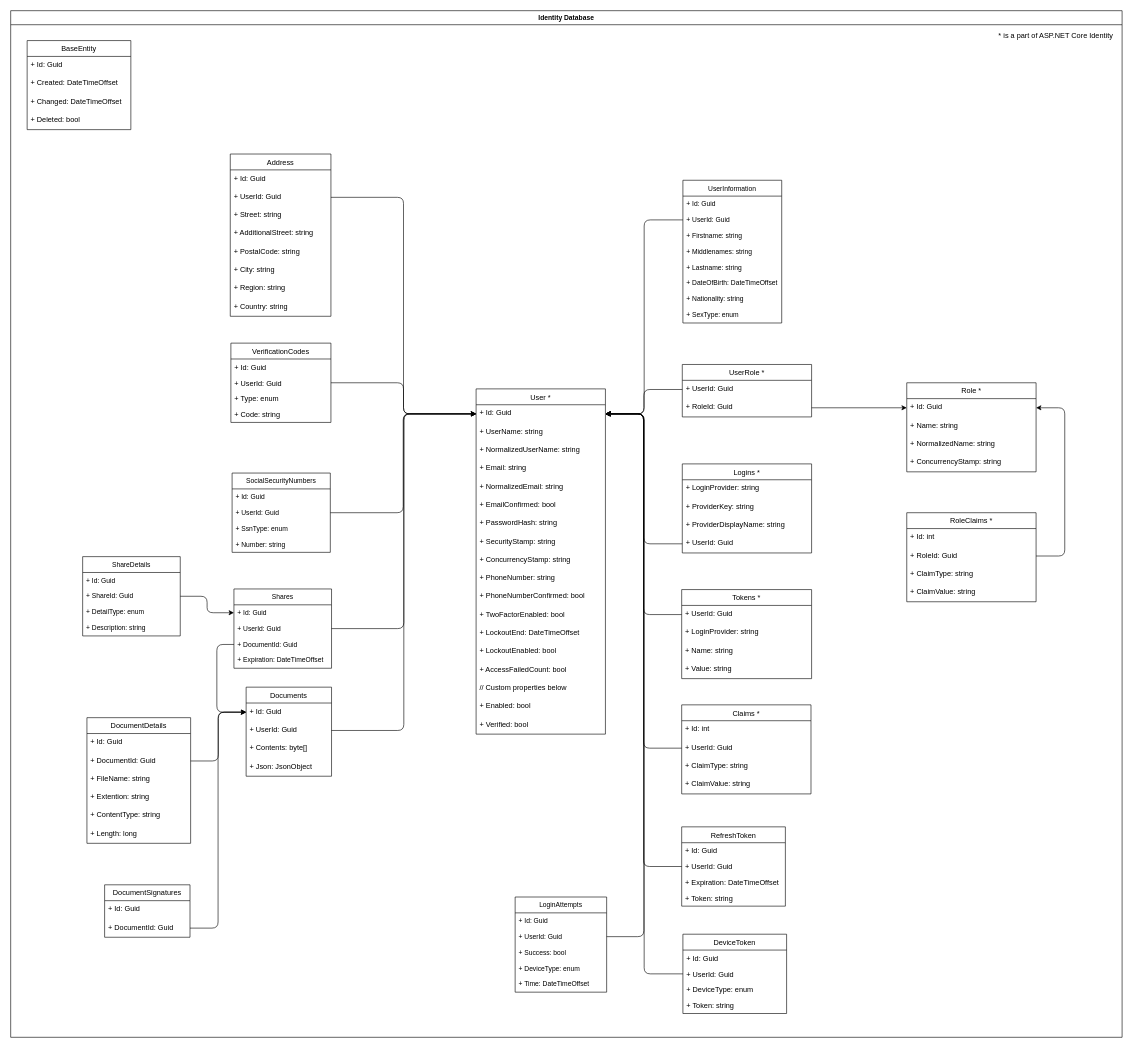
Before: page "Identity Database" (2 of 2) of FileShare.drawio in ToxicK1dd/FileShare, a draw.io diagram. Source tidied: cells renumbered, new cells numbered last; positions are measured from the earlier drawing's top-left corner, leaving out a move shared by most shapes. Both pictures are drawn from the tidied source at 61%, with x=0, y=0 at pixel (10, 10).
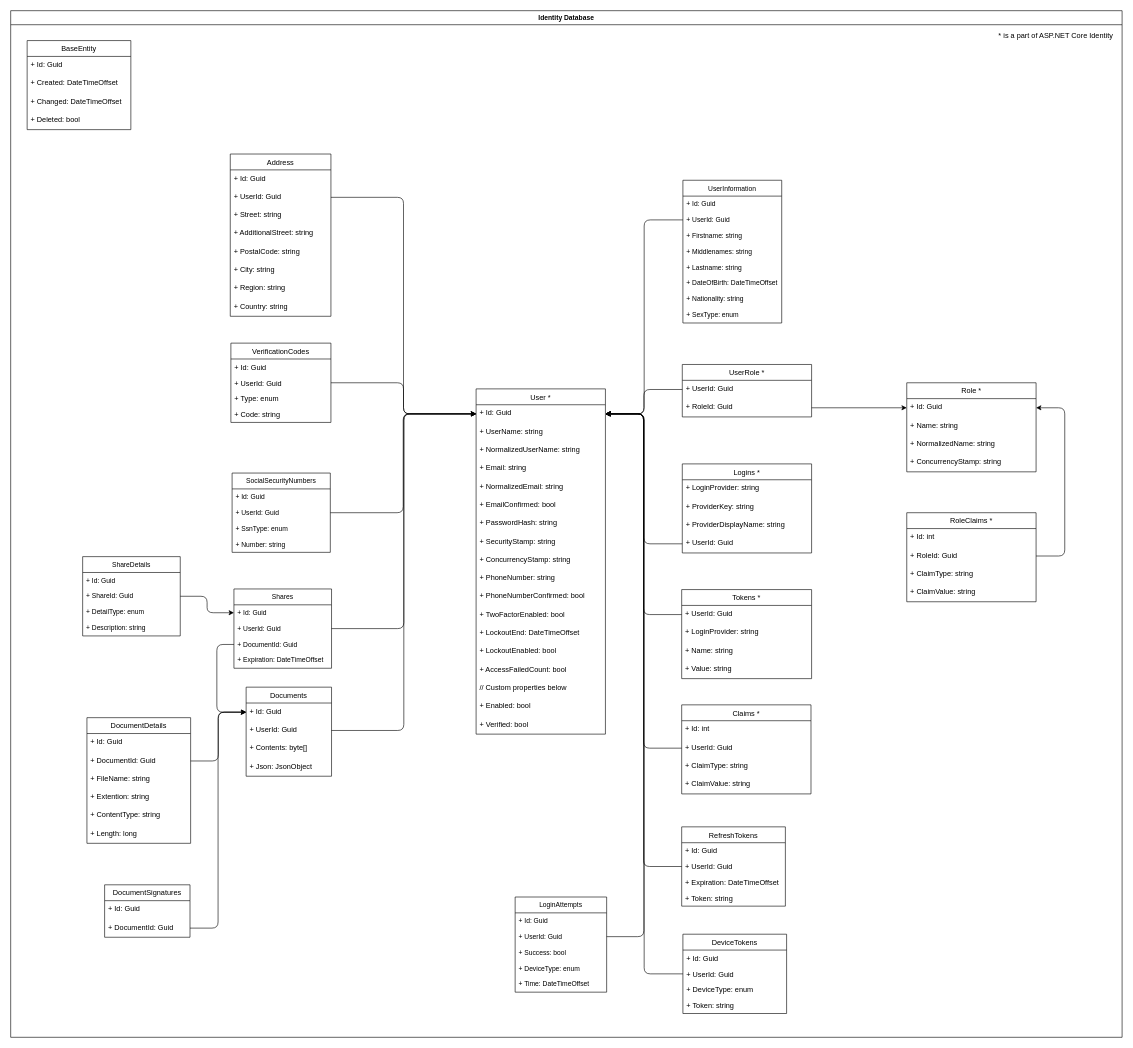
Above is the later version.

The change refers to these unchanged cells:
```xml
<mxCell id="2" value="Identity Database" style="swimlane;labelBackgroundColor=none;fontSize=11;startSize=23;" parent="1" vertex="1">
  <mxGeometry width="1822" height="1683" as="geometry" />
</mxCell>
```

Diff of the diagram source:
```diff
@@
-    <mxCell id="85" value="RefreshToken" style="swimlane;fontStyle=0;horizontal=1;startSize=26;fillColor=none;" parent="2" vertex="1">
+    <mxCell id="85" value="RefreshTokens" style="swimlane;fontStyle=0;horizontal=1;startSize=26;fillColor=none;" parent="2" vertex="1">
       <mxGeometry x="1100" y="1338" width="170" height="130" as="geometry" />
     </mxCell>
@@
-    <mxCell id="96" value="DeviceToken" style="swimlane;fontStyle=0;horizontal=1;startSize=26;fillColor=none;" parent="2" vertex="1">
+    <mxCell id="96" value="DeviceTokens" style="swimlane;fontStyle=0;horizontal=1;startSize=26;fillColor=none;" parent="2" vertex="1">
       <mxGeometry x="1102" y="1514" width="170" height="130" as="geometry" />
     </mxCell>
```
